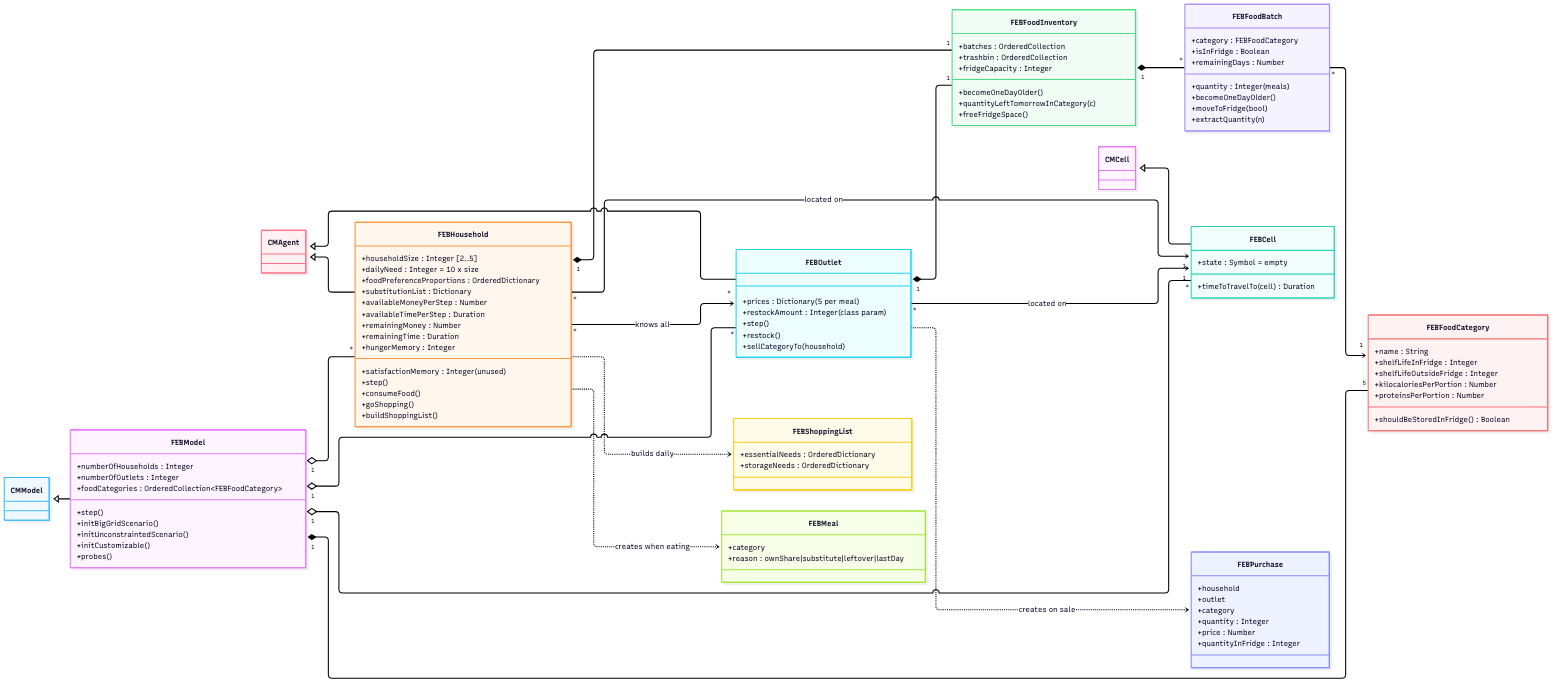
JoaquinAmeller/amaea-model keeps this Mermaid diagram as odd-from-code/img/01-domain-classes.png. Above is the earlier version. Its source is kept beside it as odd-from-code/img/01-domain-classes.mmd. Source of this version:
```mermaid
classDiagram
    direction LR
    class FEBModel {
        +numberOfHouseholds : Integer
        +numberOfOutlets : Integer
        +foodCategories : OrderedCollection~FEBFoodCategory~
        +step()
        +initBigGridScenario()
        +initUnconstraintedScenario()
        +initCustomizable()
        +probes()
    }
    class FEBCell {
        +state : Symbol = empty
        +timeToTravelTo(cell) Duration
    }
    class FEBHousehold {
        +householdSize : Integer [2..5]
        +dailyNeed : Integer = 10 x size
        +foodPreferenceProportions : OrderedDictionary
        +substitutionList : Dictionary
        +availableMoneyPerStep : Number
        +availableTimePerStep : Duration
        +remainingMoney : Number
        +remainingTime : Duration
        +hungerMemory : Integer
        +satisfactionMemory : Integer (unused)
        +step()
        +consumeFood()
        +goShopping()
        +buildShoppingList()
    }
    class FEBOutlet {
        +prices : Dictionary (5 per meal)
        +restockAmount : Integer (class param)
        +step()
        +restock()
        +sellCategoryTo(household)
    }
    class FEBFoodInventory {
        +batches : OrderedCollection
        +trashbin : OrderedCollection
        +fridgeCapacity : Integer
        +becomeOneDayOlder()
        +quantityLeftTomorrowInCategory(c)
        +freeFridgeSpace()
    }
    class FEBFoodBatch {
        +category : FEBFoodCategory
        +quantity : Integer (meals)
        +isInFridge : Boolean
        +remainingDays : Number
        +becomeOneDayOlder()
        +moveToFridge(bool)
        +extractQuantity(n)
    }
    class FEBFoodCategory {
        +name : String
        +shelfLifeInFridge : Integer
        +shelfLifeOutsideFridge : Integer
        +kilocaloriesPerPortion : Number
        +proteinsPerPortion : Number
        +shouldBeStoredInFridge() Boolean
    }
    class FEBShoppingList {
        +essentialNeeds : OrderedDictionary
        +storageNeeds : OrderedDictionary
    }
    class FEBPurchase {
        +household
        +outlet
        +category
        +quantity : Integer
        +price : Number
        +quantityInFridge : Integer
    }
    class FEBMeal {
        +category
        +reason : ownShare|substitute|leftover|lastDay
    }
    CMModel <|-- FEBModel
    CMAgent <|-- FEBHousehold
    CMAgent <|-- FEBOutlet
    CMCell <|-- FEBCell
    FEBModel "1" o-- "*" FEBHousehold
    FEBModel "1" o-- "*" FEBOutlet
    FEBModel "1" o-- "*" FEBCell
    FEBModel "1" *-- "5" FEBFoodCategory
    FEBHousehold "*" --> "1" FEBCell : located on
    FEBOutlet "*" --> "1" FEBCell : located on
    FEBHousehold "*" --> "*" FEBOutlet : knows all
    FEBHousehold "1" *-- "1" FEBFoodInventory
    FEBOutlet "1" *-- "1" FEBFoodInventory
    FEBFoodInventory "1" *-- "*" FEBFoodBatch
    FEBFoodBatch "*" --> "1" FEBFoodCategory
    FEBHousehold ..> FEBShoppingList : builds daily
    FEBOutlet ..> FEBPurchase : creates on sale
    FEBHousehold ..> FEBMeal : creates when eating
```
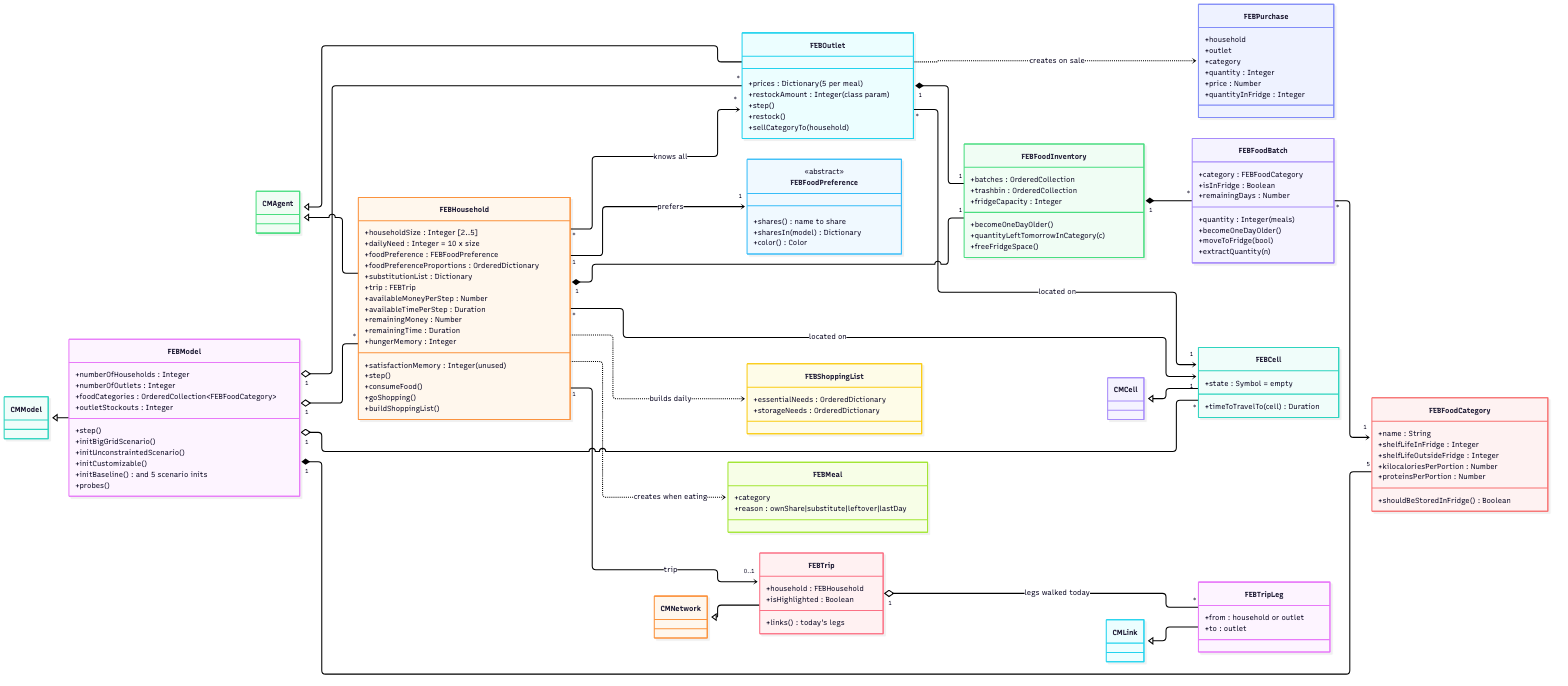
Above is the later version.

What changed in the source:
```diff
@@ -4,10 +4,12 @@
         +numberOfHouseholds : Integer
         +numberOfOutlets : Integer
         +foodCategories : OrderedCollection~FEBFoodCategory~
+        +outletStockouts : Integer
         +step()
         +initBigGridScenario()
         +initUnconstraintedScenario()
         +initCustomizable()
+        +initBaseline() and 5 scenario inits
         +probes()
     }
     class FEBCell {
@@ -17,8 +19,10 @@
     class FEBHousehold {
         +householdSize : Integer [2..5]
         +dailyNeed : Integer = 10 x size
+        +foodPreference : FEBFoodPreference
         +foodPreferenceProportions : OrderedDictionary
         +substitutionList : Dictionary
+        +trip : FEBTrip
         +availableMoneyPerStep : Number
         +availableTimePerStep : Duration
         +remainingMoney : Number
@@ -78,7 +82,27 @@
         +category
         +reason : ownShare|substitute|leftover|lastDay
     }
+    class FEBFoodPreference {
+        <<abstract>>
+        +shares() name to share
+        +sharesIn(model) Dictionary
+        +color() Color
+    }
+    class FEBTrip {
+        +household : FEBHousehold
+        +isHighlighted : Boolean
+        +links() today's legs
+    }
+    class FEBTripLeg {
+        +from : household or outlet
+        +to : outlet
+    }
     CMModel <|-- FEBModel
+    CMNetwork <|-- FEBTrip
+    CMLink <|-- FEBTripLeg
+    FEBHousehold "1" --> "1" FEBFoodPreference : prefers
+    FEBHousehold "1" --> "0..1" FEBTrip : trip
+    FEBTrip "1" o-- "*" FEBTripLeg : legs walked today
     CMAgent <|-- FEBHousehold
     CMAgent <|-- FEBOutlet
     CMCell <|-- FEBCell
```
